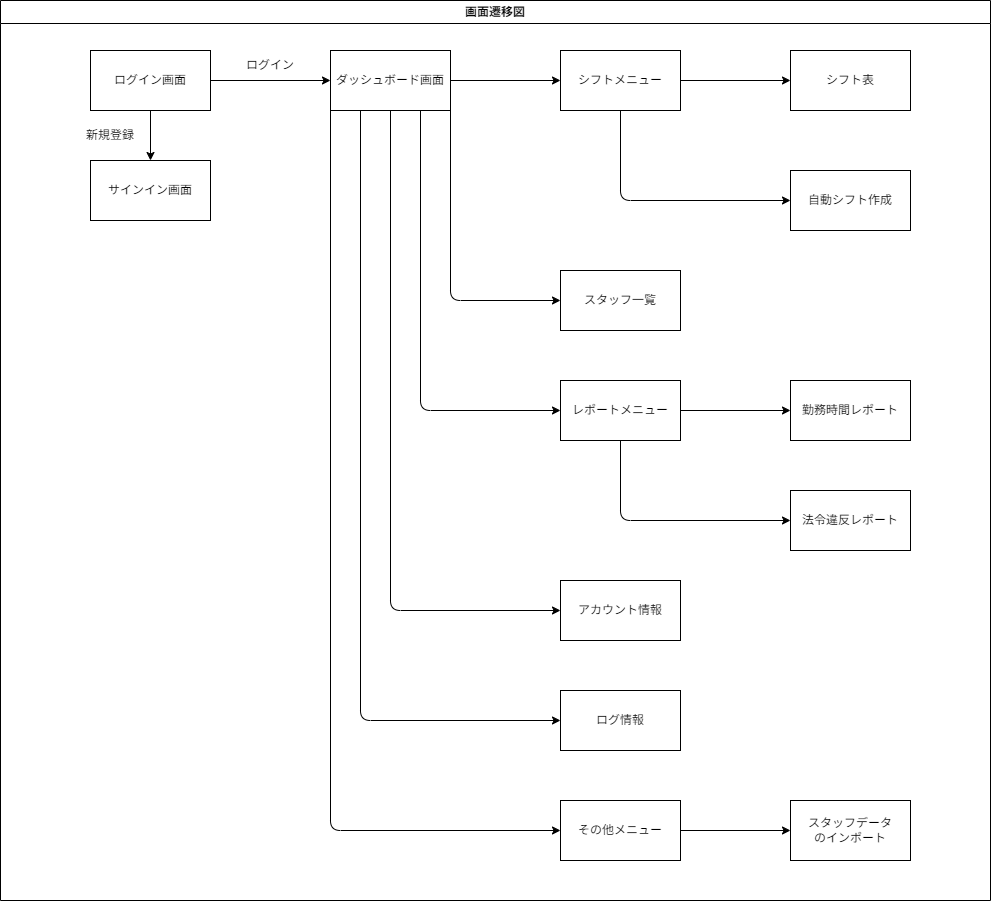
This is docs/diagrams/画面遷移図.drawio.png from OMEGA-himajin/JyakunenPrac1, a draw.io export, as it was before one commit. Source tidied: cells renumbered, new cells last; positions are measured from the earlier drawing's top-left corner, leaving out a move shared by most shapes.
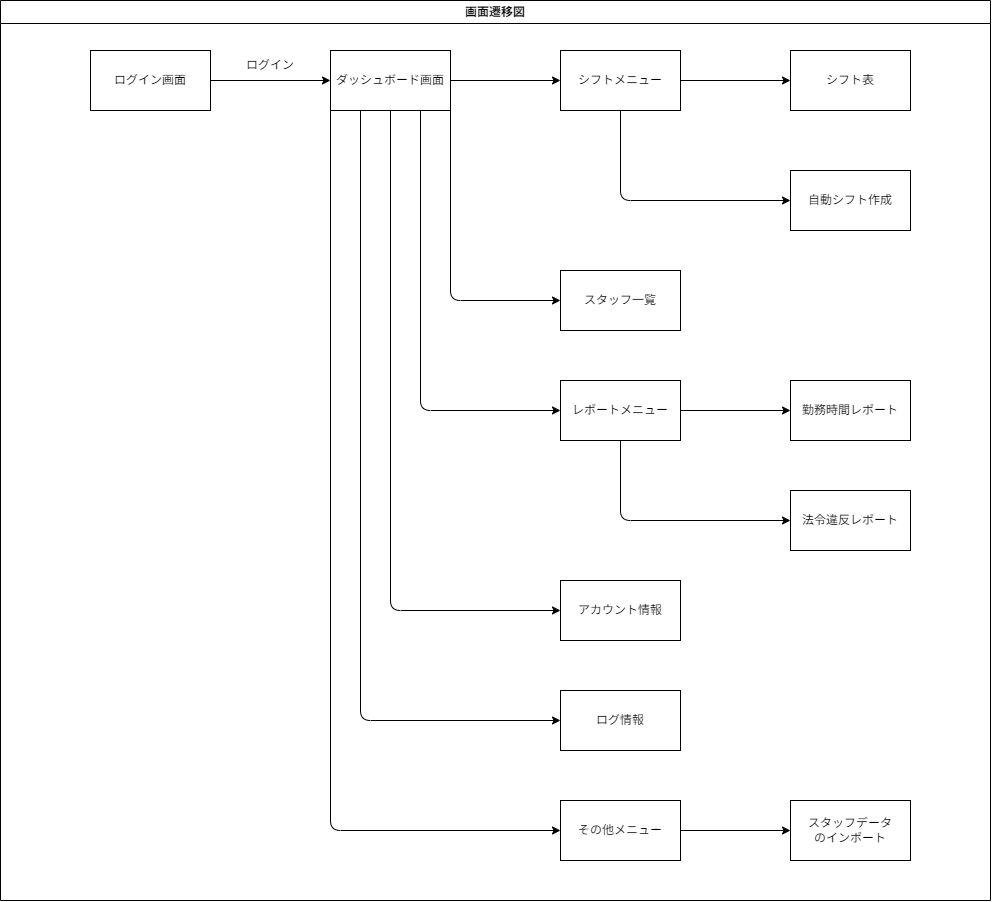
The same diagram one commit later.

Commit message:
doc: サインイン画面を削除

What changed in the source:
```diff
@@ -8,18 +8,9 @@
     <mxCell id="3" style="edgeStyle=none;html=1;entryX=0;entryY=0.5;entryDx=0;entryDy=0;" parent="2" edge="1" source="5" target="14">
       <mxGeometry relative="1" as="geometry" />
     </mxCell>
-    <mxCell id="4" style="edgeStyle=none;html=1;exitX=0.5;exitY=1;exitDx=0;exitDy=0;" parent="2" edge="1" source="5" target="6">
-      <mxGeometry relative="1" as="geometry" />
-    </mxCell>
     <mxCell id="5" value="ログイン画面" style="rounded=0;whiteSpace=wrap;html=1;" parent="2" vertex="1">
       <mxGeometry x="90" y="50" width="120" height="60" as="geometry" />
     </mxCell>
-    <mxCell id="6" value="サインイン画面" style="rounded=0;whiteSpace=wrap;html=1;" parent="2" vertex="1">
-      <mxGeometry x="90" y="160" width="120" height="60" as="geometry" />
-    </mxCell>
-    <mxCell id="7" value="新規登録" style="text;html=1;align=center;verticalAlign=middle;whiteSpace=wrap;rounded=0;" parent="2" vertex="1">
-      <mxGeometry x="80" y="120" width="60" height="30" as="geometry" />
-    </mxCell>
     <mxCell id="8" style="edgeStyle=none;html=1;entryX=0;entryY=0.5;entryDx=0;entryDy=0;" parent="2" edge="1" source="14" target="18">
       <mxGeometry relative="1" as="geometry" />
     </mxCell>
```
